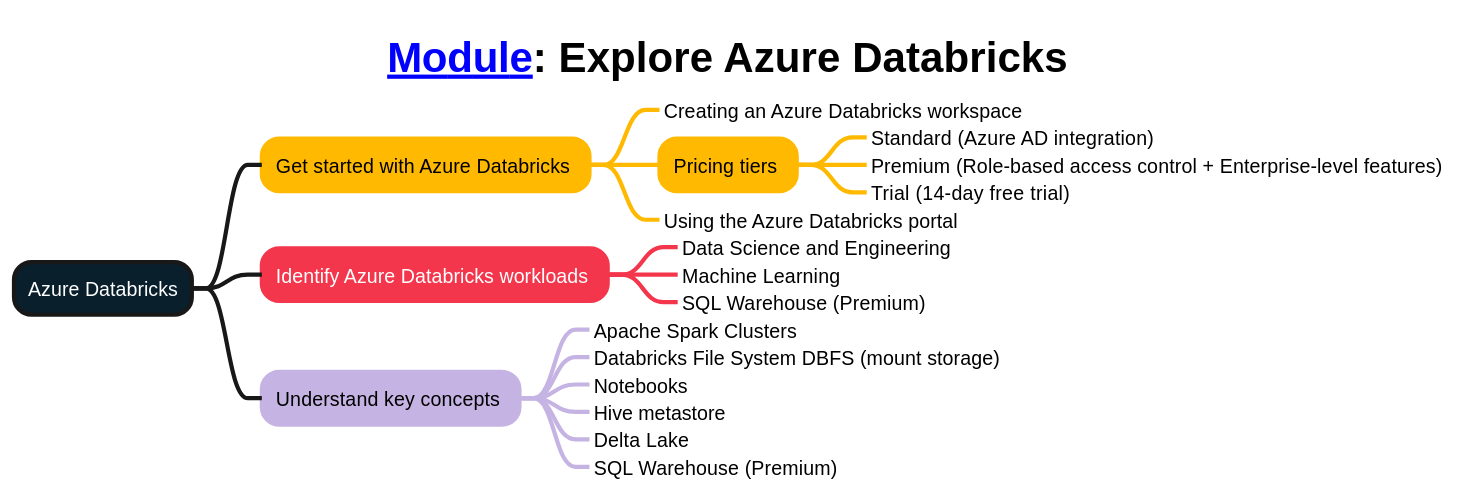
This is mindmaps/22-Explore Azure Databricks.svg from weslbo/dp-203, a PlantUML export, as it was before one commit.
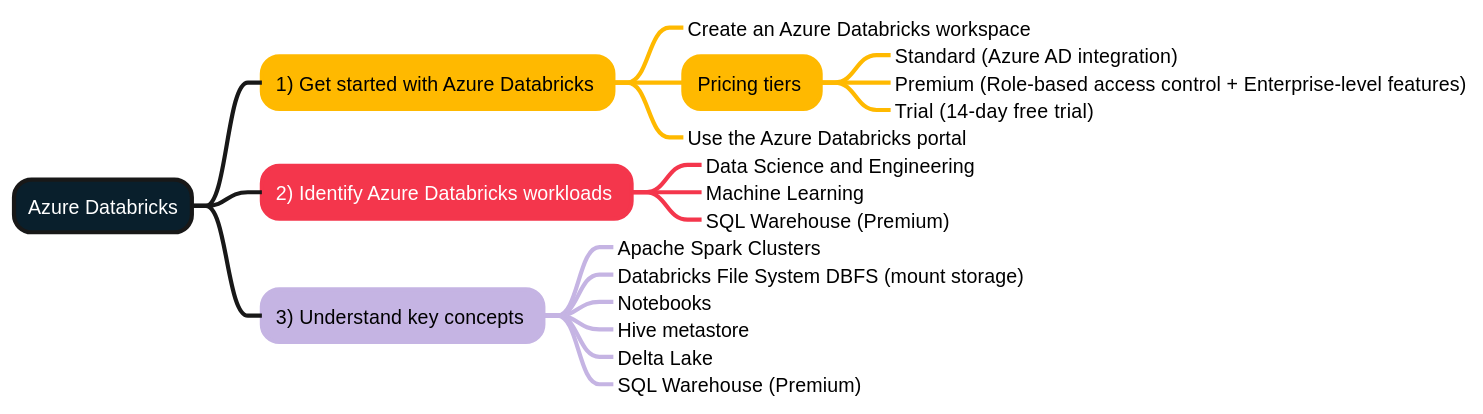
After the change.

Change to the diagram source:
```diff
@@ -1,61 +1,54 @@
 @startmindmap
 <style>
-title {
-        FontSize 30
-        FontColor #000000
-    }
-mindmapDiagram {
-    :depth(0) {
-        BackgroundColor #091f2c
-        FontColor #ffffff
-        LineThickness 3.0
-    }
-    .topic1 {
-        BackgroundColor #ffb900
-        LineColor #ffb900
-        LineThickness 3.0
-        FontColor #000000
-    }
-    .topic2 {
-        BackgroundColor #f4364c
-        LineColor #f4364c
-        LineThickness 3.0
-        FontColor #ffffff
-    }
-    .topic3 {
-        BackgroundColor #c5b4e3
-        LineColor #c5b4e3
-        LineThickness 3.0
-        FontColor #000000
-    }
-    .topic4 {
-        BackgroundColor #e1d3c7
-        LineColor #e1d3c7
-        LineThickness 3.0
-        FontColor #000000
-    }
-    .topic5 {
-        BackgroundColor #07641d
-        LineColor #07641d
-        LineThickness 3.0
-        FontColor #ffffff
-    }
+:depth(0) {
+    BackgroundColor #091f2c
+    FontColor #ffffff
+    LineThickness 3.0
+}
+.topic1 {
+    BackgroundColor #ffb900
+    LineColor #ffb900
+    LineThickness 3.0
+    FontColor #000000
+}
+.topic2 {
+    BackgroundColor #f4364c
+    LineColor #f4364c
+    LineThickness 3.0
+    FontColor #ffffff
+}
+.topic3 {
+    BackgroundColor #c5b4e3
+    LineColor #c5b4e3
+    LineThickness 3.0
+    FontColor #000000
+}
+.topic4 {
+    BackgroundColor #e1d3c7
+    LineColor #e1d3c7
+    LineThickness 3.0
+    FontColor #000000
+}
+.topic5 {
+    BackgroundColor #07641d
+    LineColor #07641d
+    LineThickness 3.0
+    FontColor #ffffff
 }
 </style>
-title [[https://learn.microsoft.com/training/modules/explore-azure-databricks/ Module]]: Explore Azure Databricks
 + Azure Databricks
-++ Get started with Azure Databricks <<topic1>>
-+++_ Creating an Azure Databricks workspace
+++ 1) Get started with Azure Databricks <<topic1>>
++++_ Create an Azure Databricks workspace
 +++ Pricing tiers <<topic1>>
 ++++_ Standard (Azure AD integration)
 ++++_ Premium (Role-based access control + Enterprise-level features)
 ++++_ Trial (14-day free trial)
-+++_ Using the Azure Databricks portal
-++ Identify Azure Databricks workloads <<topic2>>
++++_ Use the Azure Databricks portal
+++ 2) Identify Azure Databricks workloads <<topic2>>
 +++_ Data Science and Engineering
 +++_ Machine Learning
 +++_ SQL Warehouse (Premium)
-++ Understand key concepts <<topic3>>
+++ 3) Understand key concepts <<topic3>>
 +++_ Apache Spark Clusters
 +++_ Databricks File System DBFS (mount storage)
 +++_ Notebooks
```
